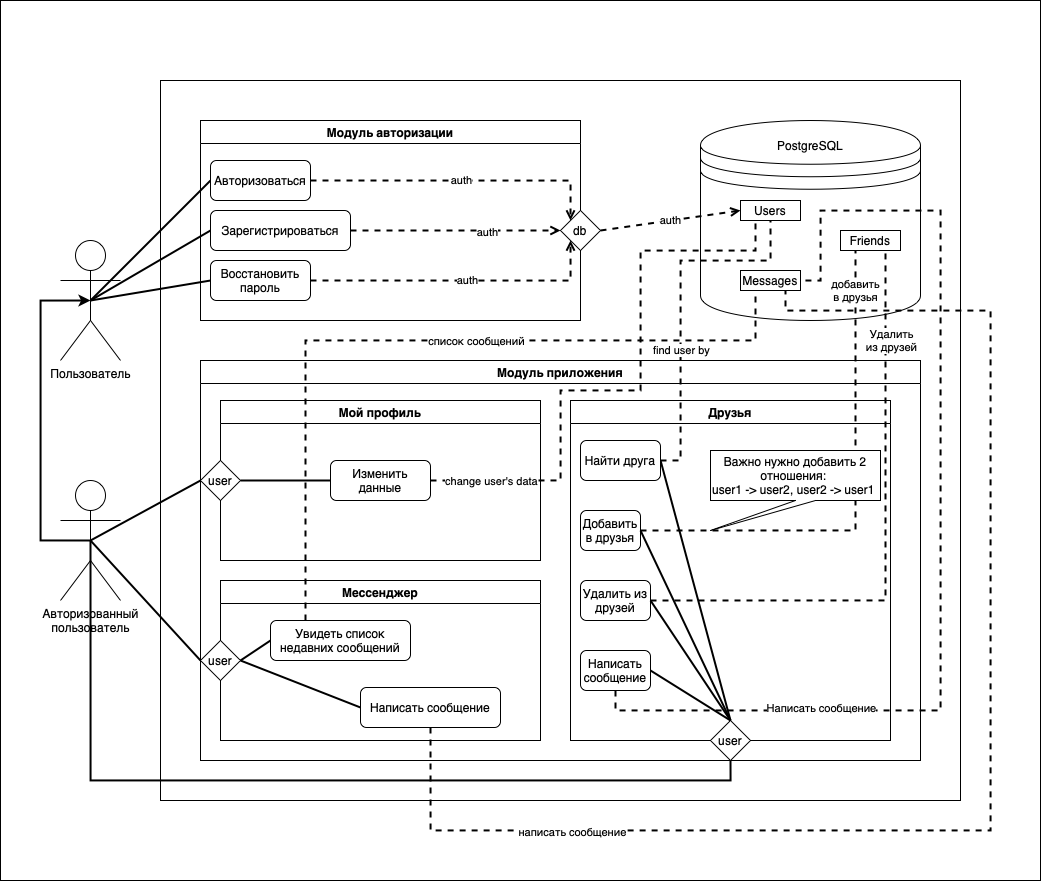
This is doc/use-case-diagram.png from dokerplp/vk-test-task, a draw.io export, as it was before one commit. Source tidied: cells renumbered, new cells last; positions are measured from the earlier drawing's top-left corner, leaving out a move shared by most shapes.
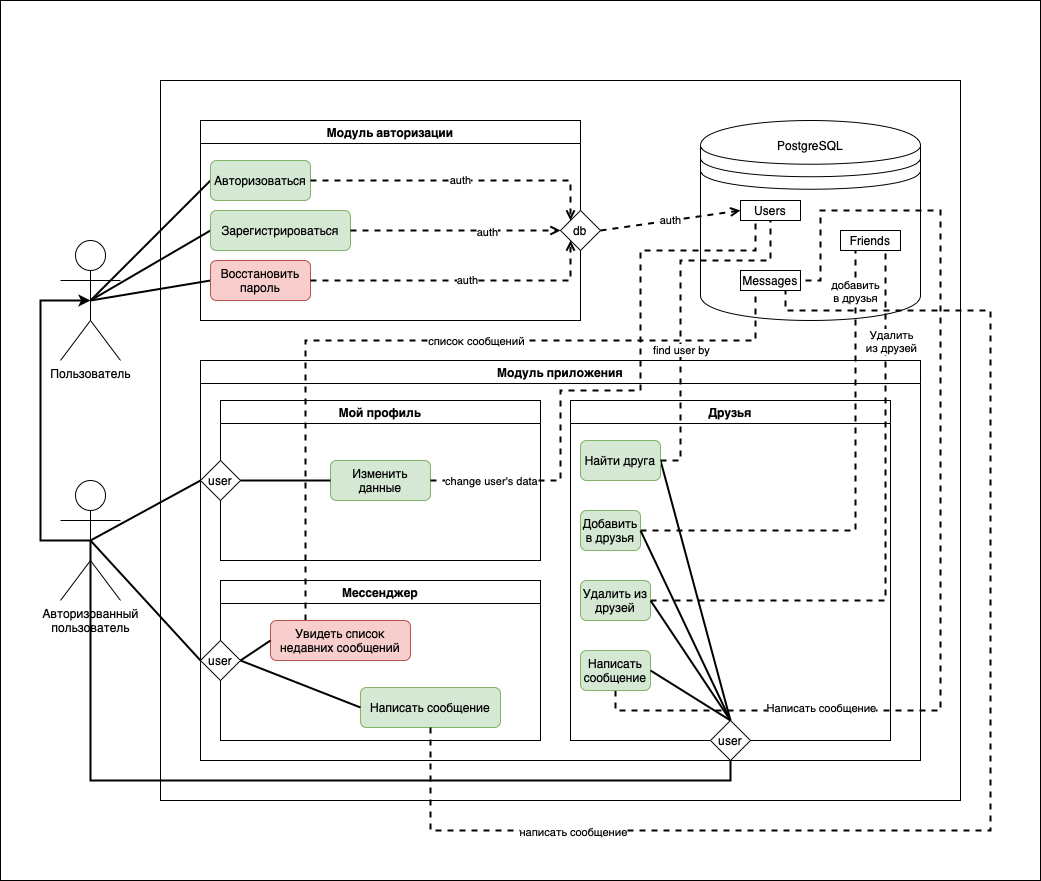
Above is the later version.

The edit, as a diff of the source:
```diff
@@ -48,13 +48,13 @@
     <mxCell id="13" value="Модуль авторизации" style="swimlane;" parent="1" vertex="1">
       <mxGeometry x="200" y="120" width="380" height="200" as="geometry" />
     </mxCell>
-    <mxCell id="14" value="Восстановить пароль" style="rounded=1;whiteSpace=wrap;html=1;" parent="13" vertex="1">
+    <mxCell id="14" value="Восстановить пароль" style="rounded=1;whiteSpace=wrap;html=1;fillColor=#f8cecc;strokeColor=#b85450;" parent="13" vertex="1">
       <mxGeometry x="10" y="140" width="100" height="40" as="geometry" />
     </mxCell>
-    <mxCell id="15" value="Зарегистрироваться" style="rounded=1;whiteSpace=wrap;html=1;" parent="13" vertex="1">
+    <mxCell id="15" value="Зарегистрироваться" style="rounded=1;whiteSpace=wrap;html=1;fillColor=#d5e8d4;strokeColor=#82b366;" parent="13" vertex="1">
       <mxGeometry x="10" y="90" width="140" height="40" as="geometry" />
     </mxCell>
-    <mxCell id="16" value="Авторизоваться" style="rounded=1;whiteSpace=wrap;html=1;" parent="13" vertex="1">
+    <mxCell id="16" value="Авторизоваться" style="rounded=1;whiteSpace=wrap;html=1;fillColor=#d5e8d4;strokeColor=#82b366;" parent="13" vertex="1">
       <mxGeometry x="10" y="40" width="100" height="40" as="geometry" />
     </mxCell>
     <mxCell id="17" value="Модуль приложения" style="swimlane;" parent="1" vertex="1">
@@ -66,7 +66,7 @@
     <mxCell id="19" value="user" style="rhombus;whiteSpace=wrap;html=1;" parent="18" vertex="1">
       <mxGeometry x="-20" y="60" width="40" height="40" as="geometry" />
     </mxCell>
-    <mxCell id="20" value="Изменить данные" style="rounded=1;whiteSpace=wrap;html=1;" parent="18" vertex="1">
+    <mxCell id="20" value="Изменить данные" style="rounded=1;whiteSpace=wrap;html=1;fillColor=#d5e8d4;strokeColor=#82b366;" parent="18" vertex="1">
       <mxGeometry x="110" y="60" width="100" height="40" as="geometry" />
     </mxCell>
     <mxCell id="21" style="rounded=0;jettySize=auto;html=1;exitX=1;exitY=0.5;exitDx=0;exitDy=0;entryX=0;entryY=0.5;entryDx=0;entryDy=0;labelBorderColor=none;endArrow=none;endFill=0;strokeWidth=2;" parent="18" edge="1" source="19" target="20">
@@ -78,7 +78,7 @@
     <mxCell id="23" value="user" style="rhombus;whiteSpace=wrap;html=1;" parent="22" vertex="1">
       <mxGeometry x="-20" y="60" width="40" height="40" as="geometry" />
     </mxCell>
-    <mxCell id="24" value="Написать сообщение" style="rounded=1;whiteSpace=wrap;html=1;" parent="22" vertex="1">
+    <mxCell id="24" value="Написать сообщение" style="rounded=1;whiteSpace=wrap;html=1;fillColor=#d5e8d4;strokeColor=#82b366;" parent="22" vertex="1">
       <mxGeometry x="140" y="107" width="140" height="40" as="geometry" />
     </mxCell>
     <mxCell id="25" style="rounded=0;jettySize=auto;html=1;exitX=1;exitY=0.5;exitDx=0;exitDy=0;entryX=0;entryY=0.5;entryDx=0;entryDy=0;labelBorderColor=none;endArrow=none;endFill=0;strokeWidth=2;" parent="22" edge="1" source="23" target="24">
@@ -133,7 +133,7 @@
     <mxCell id="40" value="user" style="rhombus;whiteSpace=wrap;html=1;" parent="38" vertex="1">
       <mxGeometry x="140" y="320" width="40" height="40" as="geometry" />
     </mxCell>
-    <mxCell id="41" value="Найти друга" style="rounded=1;whiteSpace=wrap;html=1;" parent="38" vertex="1">
+    <mxCell id="41" value="Найти друга" style="rounded=1;whiteSpace=wrap;html=1;fillColor=#d5e8d4;strokeColor=#82b366;" parent="38" vertex="1">
       <mxGeometry x="10" y="40" width="80" height="40" as="geometry" />
     </mxCell>
     <mxCell id="42" style="edgeStyle=orthogonalEdgeStyle;rounded=0;jettySize=auto;html=1;exitX=1;exitY=0.5;exitDx=0;exitDy=0;entryX=0.25;entryY=1;entryDx=0;entryDy=0;labelBorderColor=none;endArrow=none;endFill=0;strokeWidth=2;dashed=1;" parent="1" edge="1" source="20" target="28">
@@ -160,7 +160,7 @@
         <mxPoint y="-47" as="offset" />
       </mxGeometry>
     </mxCell>
-    <mxCell id="46" value="Добавить в друзья" style="rounded=1;whiteSpace=wrap;html=1;" parent="1" vertex="1">
+    <mxCell id="46" value="Добавить в друзья" style="rounded=1;whiteSpace=wrap;html=1;fillColor=#d5e8d4;strokeColor=#82b366;" parent="1" vertex="1">
       <mxGeometry x="580" y="510" width="60" height="40" as="geometry" />
     </mxCell>
     <mxCell id="47" style="edgeStyle=orthogonalEdgeStyle;rounded=0;jettySize=auto;html=1;exitX=1;exitY=0.5;exitDx=0;exitDy=0;entryX=0.75;entryY=1;entryDx=0;entryDy=0;dashed=1;labelBorderColor=none;endArrow=none;endFill=0;strokeWidth=2;" parent="1" edge="1" source="49" target="29">
@@ -171,7 +171,7 @@
         <mxPoint x="5" y="-1" as="offset" />
       </mxGeometry>
     </mxCell>
-    <mxCell id="49" value="Удалить из друзей" style="rounded=1;whiteSpace=wrap;html=1;" parent="1" vertex="1">
+    <mxCell id="49" value="Удалить из друзей" style="rounded=1;whiteSpace=wrap;html=1;fillColor=#d5e8d4;strokeColor=#82b366;" parent="1" vertex="1">
       <mxGeometry x="580" y="580" width="70" height="40" as="geometry" />
     </mxCell>
     <mxCell id="50" style="edgeStyle=orthogonalEdgeStyle;rounded=0;jettySize=auto;html=1;exitX=0.5;exitY=1;exitDx=0;exitDy=0;entryX=1;entryY=0.5;entryDx=0;entryDy=0;dashed=1;labelBorderColor=none;endArrow=none;endFill=0;strokeWidth=2;" parent="1" edge="1" source="52" target="30">
@@ -190,7 +190,7 @@
         <mxPoint x="19" y="-4" as="offset" />
       </mxGeometry>
     </mxCell>
-    <mxCell id="52" value="Написать сообщение" style="rounded=1;whiteSpace=wrap;html=1;" parent="1" vertex="1">
+    <mxCell id="52" value="Написать сообщение" style="rounded=1;whiteSpace=wrap;html=1;fillColor=#d5e8d4;strokeColor=#82b366;" parent="1" vertex="1">
       <mxGeometry x="580" y="650" width="70" height="40" as="geometry" />
     </mxCell>
     <mxCell id="53" style="rounded=0;jettySize=auto;html=1;exitX=0.5;exitY=0;exitDx=0;exitDy=0;entryX=1;entryY=0.5;entryDx=0;entryDy=0;labelBorderColor=none;endArrow=none;endFill=0;strokeWidth=2;" parent="1" edge="1" source="40" target="52">
@@ -216,9 +216,6 @@
         <mxPoint y="13" as="offset" />
       </mxGeometry>
     </mxCell>
-    <mxCell id="58" value="Важно нужно добавить 2 отношения: &lt;br&gt;user1 -&amp;gt; user2, user2 -&amp;gt; user1&amp;nbsp;" style="shape=callout;whiteSpace=wrap;html=1;perimeter=calloutPerimeter;position2=0;" parent="1" vertex="1">
-      <mxGeometry x="710" y="450" width="170" height="80" as="geometry" />
-    </mxCell>
     <mxCell id="59" style="edgeStyle=orthogonalEdgeStyle;rounded=0;jettySize=auto;html=1;exitX=0.25;exitY=0;exitDx=0;exitDy=0;entryX=0.25;entryY=1;entryDx=0;entryDy=0;labelBorderColor=none;endArrow=none;endFill=0;strokeWidth=2;dashed=1;" parent="1" edge="1" source="61" target="30">
       <mxGeometry relative="1" as="geometry">
         <Array as="points">
@@ -232,7 +229,7 @@
         <mxPoint y="1" as="offset" />
       </mxGeometry>
     </mxCell>
-    <mxCell id="61" value="Увидеть список недавних сообщений" style="rounded=1;whiteSpace=wrap;html=1;" parent="1" vertex="1">
+    <mxCell id="61" value="Увидеть список недавних сообщений" style="rounded=1;whiteSpace=wrap;html=1;fillColor=#f8cecc;strokeColor=#b85450;" parent="1" vertex="1">
       <mxGeometry x="270" y="620" width="140" height="40" as="geometry" />
     </mxCell>
     <mxCell id="62" style="rounded=0;jettySize=auto;html=1;exitX=1;exitY=0.5;exitDx=0;exitDy=0;entryX=0;entryY=0.5;entryDx=0;entryDy=0;labelBorderColor=none;endArrow=none;endFill=0;strokeWidth=2;" parent="1" edge="1" source="23" target="61">
```
